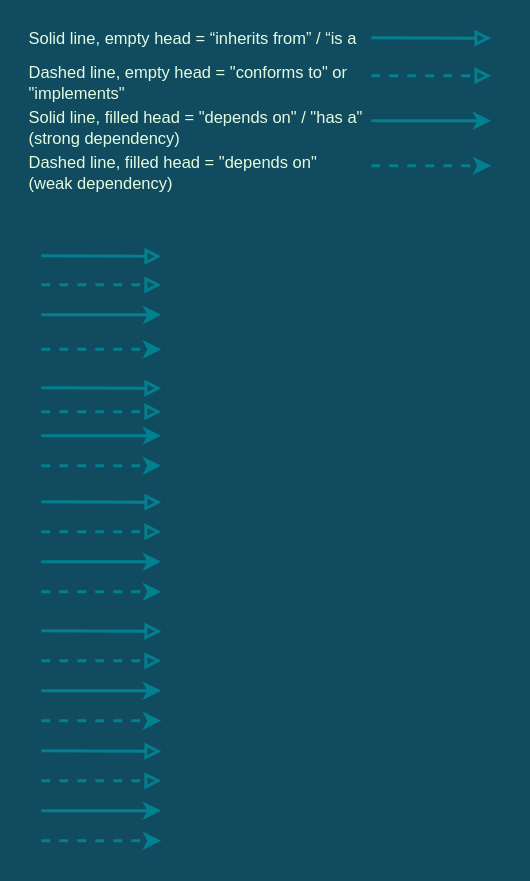
Earlier version of the draw.io diagram Dependency Diagram.drawio (krishnascoding/Essential-Developer-Dependency-Diagrams). Source tidied: cells renumbered, new cells numbered last; positions are measured from the earlier drawing's top-left corner, leaving out a move shared by most shapes. Both pictures are drawn from the tidied source at 150%, with x=0, y=0 at pixel (26, 30).
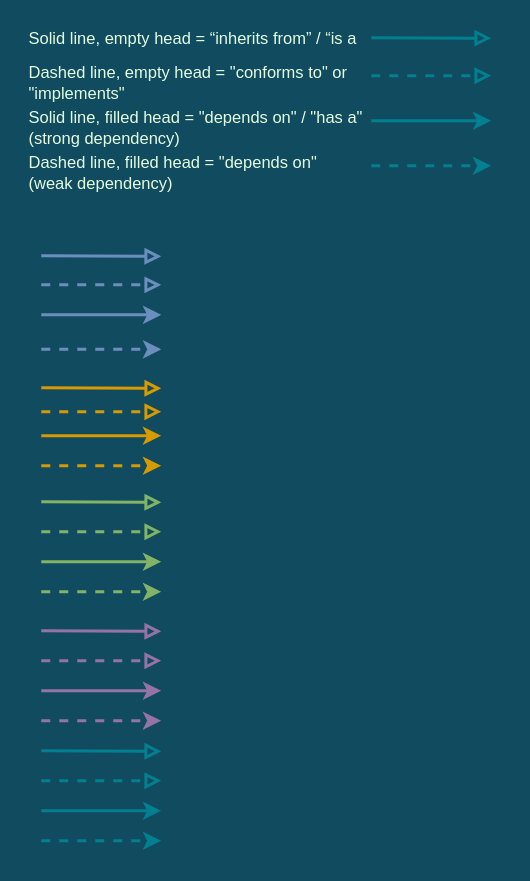
After the change.

Diff of the diagram source:
```diff
@@
-    <mxCell id="10" style="endArrow=block;html=1;rounded=0;fillColor=#F45B69;strokeColor=#028090;endFill=0;fontSize=11;strokeWidth=2;labelBackgroundColor=#114B5F;fontColor=#E4FDE1;" parent="1" edge="1">
+    <mxCell id="10" style="endArrow=block;html=1;rounded=0;fillColor=#dae8fc;strokeColor=#6c8ebf;endFill=0;fontSize=11;strokeWidth=2;labelBackgroundColor=#114B5F;fontColor=#E4FDE1;" parent="1" edge="1">
       <mxGeometry relative="1" as="geometry">
         <mxPoint x="10" y="150" as="sourcePoint" />
         <mxPoint x="90" y="150.4" as="targetPoint" />
       </mxGeometry>
     </mxCell>
-    <mxCell id="11" style="endArrow=classic;html=1;rounded=0;fillColor=#F45B69;strokeColor=#028090;strokeWidth=2;labelBackgroundColor=#114B5F;fontColor=#E4FDE1;" parent="1" edge="1">
+    <mxCell id="11" style="endArrow=classic;html=1;rounded=0;fillColor=#dae8fc;strokeColor=#6c8ebf;strokeWidth=2;labelBackgroundColor=#114B5F;fontColor=#E4FDE1;" parent="1" edge="1">
       <mxGeometry relative="1" as="geometry">
         <mxPoint x="10" y="189.4" as="sourcePoint" />
         <mxPoint x="90" y="189.4" as="targetPoint" />
       </mxGeometry>
     </mxCell>
-    <mxCell id="12" style="endArrow=block;html=1;rounded=0;fillColor=#F45B69;strokeColor=#028090;endFill=0;dashed=1;strokeWidth=2;labelBackgroundColor=#114B5F;fontColor=#E4FDE1;" parent="1" edge="1">
+    <mxCell id="12" style="endArrow=block;html=1;rounded=0;fillColor=#dae8fc;strokeColor=#6c8ebf;endFill=0;dashed=1;strokeWidth=2;labelBackgroundColor=#114B5F;fontColor=#E4FDE1;" parent="1" edge="1">
       <mxGeometry relative="1" as="geometry">
         <mxPoint x="10" y="169.4" as="sourcePoint" />
         <mxPoint x="90" y="169.4" as="targetPoint" />
       </mxGeometry>
     </mxCell>
-    <mxCell id="13" style="endArrow=classic;html=1;rounded=0;fillColor=#F45B69;strokeColor=#028090;dashed=1;strokeWidth=2;labelBackgroundColor=#114B5F;fontColor=#E4FDE1;" parent="1" edge="1">
+    <mxCell id="13" style="endArrow=classic;html=1;rounded=0;fillColor=#dae8fc;strokeColor=#6c8ebf;dashed=1;strokeWidth=2;labelBackgroundColor=#114B5F;fontColor=#E4FDE1;" parent="1" edge="1">
       <mxGeometry relative="1" as="geometry">
         <mxPoint x="10" y="212.4" as="sourcePoint" />
         <mxPoint x="90" y="212.4" as="targetPoint" />
       </mxGeometry>
     </mxCell>
-    <mxCell id="14" style="endArrow=block;html=1;rounded=0;fillColor=#F45B69;strokeColor=#028090;endFill=0;fontSize=11;strokeWidth=2;labelBackgroundColor=#114B5F;fontColor=#E4FDE1;" parent="1" edge="1">
+    <mxCell id="14" style="endArrow=block;html=1;rounded=0;fillColor=#ffe6cc;strokeColor=#d79b00;endFill=0;fontSize=11;strokeWidth=2;labelBackgroundColor=#114B5F;fontColor=#E4FDE1;" parent="1" edge="1">
       <mxGeometry relative="1" as="geometry">
         <mxPoint x="10" y="238" as="sourcePoint" />
         <mxPoint x="90" y="238.4" as="targetPoint" />
       </mxGeometry>
     </mxCell>
-    <mxCell id="15" style="endArrow=classic;html=1;rounded=0;fillColor=#F45B69;strokeColor=#028090;strokeWidth=2;labelBackgroundColor=#114B5F;fontColor=#E4FDE1;" parent="1" edge="1">
+    <mxCell id="15" style="endArrow=classic;html=1;rounded=0;fillColor=#ffe6cc;strokeColor=#d79b00;strokeWidth=2;labelBackgroundColor=#114B5F;fontColor=#E4FDE1;" parent="1" edge="1">
       <mxGeometry relative="1" as="geometry">
         <mxPoint x="10" y="270" as="sourcePoint" />
         <mxPoint x="90" y="270" as="targetPoint" />
       </mxGeometry>
     </mxCell>
-    <mxCell id="16" style="endArrow=block;html=1;rounded=0;fillColor=#F45B69;strokeColor=#028090;endFill=0;dashed=1;strokeWidth=2;labelBackgroundColor=#114B5F;fontColor=#E4FDE1;" parent="1" edge="1">
+    <mxCell id="16" style="endArrow=block;html=1;rounded=0;fillColor=#ffe6cc;strokeColor=#d79b00;endFill=0;dashed=1;strokeWidth=2;labelBackgroundColor=#114B5F;fontColor=#E4FDE1;" parent="1" edge="1">
       <mxGeometry relative="1" as="geometry">
         <mxPoint x="10" y="254" as="sourcePoint" />
         <mxPoint x="90" y="254" as="targetPoint" />
       </mxGeometry>
     </mxCell>
-    <mxCell id="17" style="endArrow=classic;html=1;rounded=0;fillColor=#F45B69;strokeColor=#028090;dashed=1;strokeWidth=2;labelBackgroundColor=#114B5F;fontColor=#E4FDE1;" parent="1" edge="1">
+    <mxCell id="17" style="endArrow=classic;html=1;rounded=0;fillColor=#ffe6cc;strokeColor=#d79b00;dashed=1;strokeWidth=2;labelBackgroundColor=#114B5F;fontColor=#E4FDE1;" parent="1" edge="1">
       <mxGeometry relative="1" as="geometry">
         <mxPoint x="10" y="290" as="sourcePoint" />
         <mxPoint x="90" y="290" as="targetPoint" />
       </mxGeometry>
     </mxCell>
-    <mxCell id="18" style="endArrow=block;html=1;rounded=0;fillColor=#F45B69;strokeColor=#028090;endFill=0;fontSize=11;strokeWidth=2;labelBackgroundColor=#114B5F;fontColor=#E4FDE1;" parent="1" edge="1">
+    <mxCell id="18" style="endArrow=block;html=1;rounded=0;fillColor=#d5e8d4;strokeColor=#82b366;endFill=0;fontSize=11;strokeWidth=2;labelBackgroundColor=#114B5F;fontColor=#E4FDE1;" parent="1" edge="1">
       <mxGeometry relative="1" as="geometry">
         <mxPoint x="10" y="314" as="sourcePoint" />
         <mxPoint x="90" y="314.4" as="targetPoint" />
       </mxGeometry>
     </mxCell>
-    <mxCell id="19" style="endArrow=classic;html=1;rounded=0;fillColor=#F45B69;strokeColor=#028090;strokeWidth=2;labelBackgroundColor=#114B5F;fontColor=#E4FDE1;" parent="1" edge="1">
+    <mxCell id="19" style="endArrow=classic;html=1;rounded=0;fillColor=#d5e8d4;strokeColor=#82b366;strokeWidth=2;labelBackgroundColor=#114B5F;fontColor=#E4FDE1;" parent="1" edge="1">
       <mxGeometry relative="1" as="geometry">
         <mxPoint x="10" y="354" as="sourcePoint" />
         <mxPoint x="90" y="354" as="targetPoint" />
       </mxGeometry>
     </mxCell>
-    <mxCell id="20" style="endArrow=block;html=1;rounded=0;fillColor=#F45B69;strokeColor=#028090;endFill=0;dashed=1;strokeWidth=2;labelBackgroundColor=#114B5F;fontColor=#E4FDE1;" parent="1" edge="1">
+    <mxCell id="20" style="endArrow=block;html=1;rounded=0;fillColor=#d5e8d4;strokeColor=#82b366;endFill=0;dashed=1;strokeWidth=2;labelBackgroundColor=#114B5F;fontColor=#E4FDE1;" parent="1" edge="1">
       <mxGeometry relative="1" as="geometry">
         <mxPoint x="10" y="334" as="sourcePoint" />
         <mxPoint x="90" y="334" as="targetPoint" />
       </mxGeometry>
     </mxCell>
-    <mxCell id="21" style="endArrow=classic;html=1;rounded=0;fillColor=#F45B69;strokeColor=#028090;dashed=1;strokeWidth=2;labelBackgroundColor=#114B5F;fontColor=#E4FDE1;" parent="1" edge="1">
+    <mxCell id="21" style="endArrow=classic;html=1;rounded=0;fillColor=#d5e8d4;strokeColor=#82b366;dashed=1;strokeWidth=2;labelBackgroundColor=#114B5F;fontColor=#E4FDE1;" parent="1" edge="1">
       <mxGeometry relative="1" as="geometry">
         <mxPoint x="10" y="374" as="sourcePoint" />
         <mxPoint x="90" y="374" as="targetPoint" />
       </mxGeometry>
     </mxCell>
-    <mxCell id="22" style="endArrow=block;html=1;rounded=0;fillColor=#F45B69;strokeColor=#028090;endFill=0;fontSize=11;strokeWidth=2;labelBackgroundColor=#114B5F;fontColor=#E4FDE1;" parent="1" edge="1">
+    <mxCell id="22" style="endArrow=block;html=1;rounded=0;fillColor=#e1d5e7;strokeColor=#9673a6;endFill=0;fontSize=11;strokeWidth=2;labelBackgroundColor=#114B5F;fontColor=#E4FDE1;" parent="1" edge="1">
       <mxGeometry relative="1" as="geometry">
         <mxPoint x="10" y="400" as="sourcePoint" />
         <mxPoint x="90" y="400.4" as="targetPoint" />
       </mxGeometry>
     </mxCell>
-    <mxCell id="23" style="endArrow=classic;html=1;rounded=0;fillColor=#F45B69;strokeColor=#028090;strokeWidth=2;labelBackgroundColor=#114B5F;fontColor=#E4FDE1;" parent="1" edge="1">
+    <mxCell id="23" style="endArrow=classic;html=1;rounded=0;fillColor=#e1d5e7;strokeColor=#9673a6;strokeWidth=2;labelBackgroundColor=#114B5F;fontColor=#E4FDE1;" parent="1" edge="1">
       <mxGeometry relative="1" as="geometry">
         <mxPoint x="10" y="440" as="sourcePoint" />
         <mxPoint x="90" y="440" as="targetPoint" />
       </mxGeometry>
     </mxCell>
-    <mxCell id="24" style="endArrow=block;html=1;rounded=0;fillColor=#F45B69;strokeColor=#028090;endFill=0;dashed=1;strokeWidth=2;labelBackgroundColor=#114B5F;fontColor=#E4FDE1;" parent="1" edge="1">
+    <mxCell id="24" style="endArrow=block;html=1;rounded=0;fillColor=#e1d5e7;strokeColor=#9673a6;endFill=0;dashed=1;strokeWidth=2;labelBackgroundColor=#114B5F;fontColor=#E4FDE1;" parent="1" edge="1">
       <mxGeometry relative="1" as="geometry">
         <mxPoint x="10" y="420" as="sourcePoint" />
         <mxPoint x="90" y="420" as="targetPoint" />
       </mxGeometry>
     </mxCell>
-    <mxCell id="25" style="endArrow=classic;html=1;rounded=0;fillColor=#F45B69;strokeColor=#028090;dashed=1;strokeWidth=2;labelBackgroundColor=#114B5F;fontColor=#E4FDE1;" parent="1" edge="1">
+    <mxCell id="25" style="endArrow=classic;html=1;rounded=0;fillColor=#e1d5e7;strokeColor=#9673a6;dashed=1;strokeWidth=2;labelBackgroundColor=#114B5F;fontColor=#E4FDE1;" parent="1" edge="1">
       <mxGeometry relative="1" as="geometry">
         <mxPoint x="10" y="460" as="sourcePoint" />
         <mxPoint x="90" y="460" as="targetPoint" />
       </mxGeometry>
     </mxCell>
```
